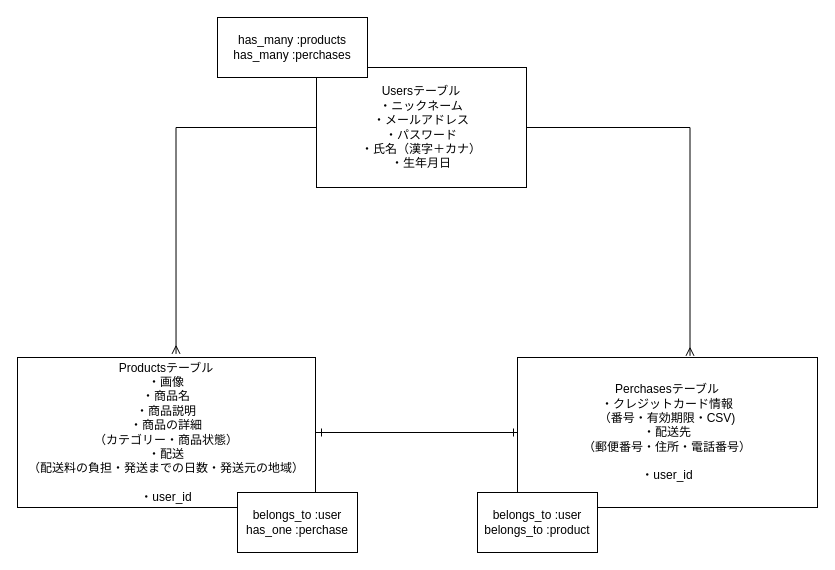
k-ske/furima-29079 keeps this draw.io diagram as page "テーブル" (2 of 4) of er.dio. Above is the earlier version. Source tidied: cells renumbered, new cells numbered last; positions are measured from the earlier drawing's top-left corner, leaving out a move shared by most shapes. Both pictures are drawn from the tidied source at 100%, with x=0, y=0 at pixel (17, 17).
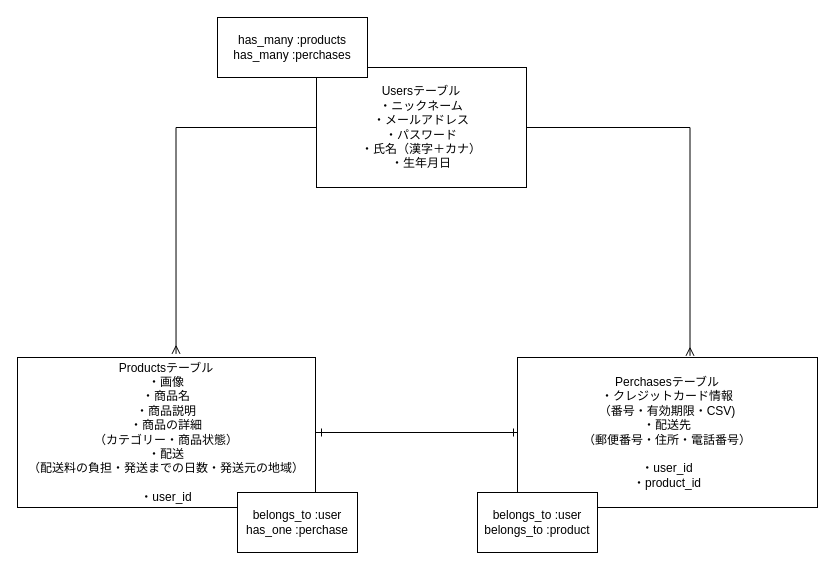
The same page after the edit.

The edit, as a diff of the source:
```diff
@@
 <mxGraphModel>
   <root>
     <mxCell id="0" />
     <mxCell id="1" parent="0" />
     <mxCell id="2" style="edgeStyle=orthogonalEdgeStyle;rounded=0;jettySize=auto;html=1;exitX=0;exitY=0.5;exitDx=0;exitDy=0;backgroundOutline=0;endArrow=ERmany;endFill=1;entryX=0.532;entryY=-0.024;entryDx=0;entryDy=0;entryPerimeter=0;" parent="1" edge="1" source="4" target="6">
       <mxGeometry relative="1" as="geometry" />
     </mxCell>
     <mxCell id="3" style="edgeStyle=orthogonalEdgeStyle;rounded=0;jettySize=auto;html=1;endArrow=ERmany;endFill=0;entryX=0.575;entryY=-0.011;entryDx=0;entryDy=0;entryPerimeter=0;" parent="1" edge="1" source="4" target="8">
       <mxGeometry relative="1" as="geometry">
         <Array as="points">
           <mxPoint x="673" y="110" />
         </Array>
       </mxGeometry>
     </mxCell>
     <mxCell id="4" value="Usersテーブル&lt;br&gt;・ニックネーム&lt;br&gt;・メールアドレス&lt;br&gt;・パスワード&lt;br&gt;・氏名（漢字＋カナ）&lt;br&gt;・生年月日" style="whiteSpace=wrap;html=1;" parent="1" vertex="1">
       <mxGeometry x="299" y="50" width="210" height="120" as="geometry" />
     </mxCell>
     <mxCell id="5" style="edgeStyle=orthogonalEdgeStyle;rounded=0;jettySize=auto;html=1;endArrow=ERone;endFill=0;entryX=0;entryY=0.5;entryDx=0;entryDy=0;" parent="1" edge="1" source="6" target="8">
       <mxGeometry relative="1" as="geometry" />
     </mxCell>
     <mxCell id="6" value="Productsテーブル&lt;br&gt;・画像&lt;br&gt;・商品名&lt;br&gt;・商品説明&lt;br&gt;・商品の詳細&lt;br&gt;（カテゴリー・商品状態）&lt;br&gt;・配送&lt;br&gt;（配送料の負担・発送までの日数・発送元の地域）&lt;br&gt;&lt;br&gt;・user_id" style="whiteSpace=wrap;html=1;" parent="1" vertex="1">
       <mxGeometry y="340" width="298" height="150" as="geometry" />
     </mxCell>
     <mxCell id="7" style="edgeStyle=orthogonalEdgeStyle;rounded=0;jettySize=auto;html=1;endArrow=ERone;endFill=0;" parent="1" edge="1" source="8">
       <mxGeometry relative="1" as="geometry">
         <mxPoint x="300" y="415" as="targetPoint" />
         <Array as="points">
           <mxPoint x="460" y="415" />
           <mxPoint x="460" y="415" />
         </Array>
       </mxGeometry>
     </mxCell>
-    <mxCell id="8" value="Perchasesテーブル&lt;br&gt;・クレジットカード情報&lt;br&gt;（番号・有効期限・CSV)&lt;br&gt;・配送先&lt;br&gt;（郵便番号・住所・電話番号）&lt;br&gt;&lt;br&gt;・user_id&lt;br&gt;" style="whiteSpace=wrap;html=1;" parent="1" vertex="1">
+    <mxCell id="8" value="Perchasesテーブル&lt;br&gt;・クレジットカード情報&lt;br&gt;（番号・有効期限・CSV)&lt;br&gt;・配送先&lt;br&gt;（郵便番号・住所・電話番号）&lt;br&gt;&lt;br&gt;・user_id&lt;br&gt;・product_id" style="whiteSpace=wrap;html=1;" parent="1" vertex="1">
       <mxGeometry x="500" y="340" width="300" height="150" as="geometry" />
     </mxCell>
     <mxCell id="9" value="has_many :products&lt;br&gt;has_many :perchases" style="whiteSpace=wrap;html=1;" parent="1" vertex="1">
       <mxGeometry x="200" width="150" height="60" as="geometry" />
     </mxCell>
     <mxCell id="10" value="belongs_to :user&lt;br&gt;belongs_to :product" style="whiteSpace=wrap;html=1;" parent="1" vertex="1">
       <mxGeometry x="460" y="475" width="120" height="60" as="geometry" />
     </mxCell>
     <mxCell id="11" value="belongs_to :user&lt;br&gt;has_one :perchase" style="whiteSpace=wrap;html=1;" parent="1" vertex="1">
       <mxGeometry x="220" y="475" width="120" height="60" as="geometry" />
     </mxCell>
   </root>
 </mxGraphModel>
```
